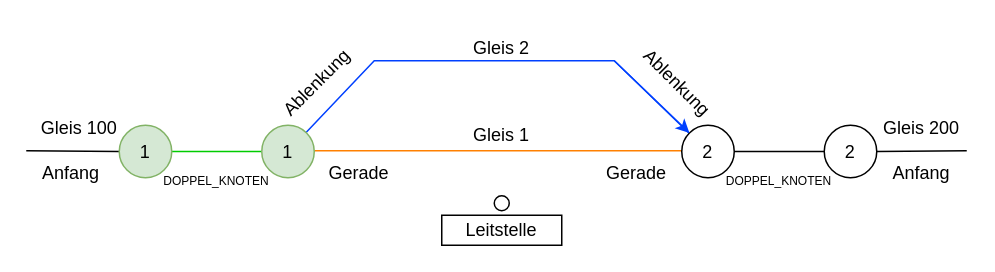
pascalreiss/draw_io_stuff keeps this draw.io diagram as graph_db/Bahnhof_double_vertex.drawio. Above is the earlier version. Source tidied: cells renumbered, new cells numbered last; positions are measured from the earlier drawing's top-left corner, leaving out a move shared by most shapes. Both pictures are drawn from the tidied source at 150%, with x=0, y=0 at pixel (26, 26).
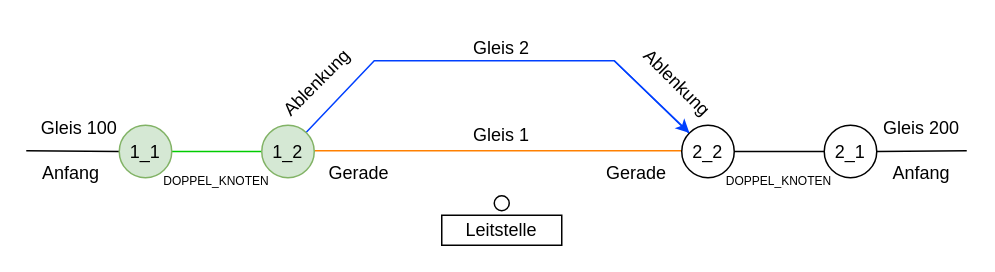
The same diagram, later.

Diff of the diagram source:
```diff
@@
-    <mxCell id="9" value="1" style="ellipse;whiteSpace=wrap;html=1;fillColor=#d5e8d4;strokeColor=#82b366;" parent="1" vertex="1">
+    <mxCell id="9" value="1_2" style="ellipse;whiteSpace=wrap;html=1;fillColor=#d5e8d4;strokeColor=#82b366;" parent="1" vertex="1">
       <mxGeometry x="157" y="66" width="35" height="35" as="geometry" />
     </mxCell>
-    <mxCell id="10" value="2" style="ellipse;whiteSpace=wrap;html=1;" parent="1" vertex="1">
+    <mxCell id="10" value="2_2" style="ellipse;whiteSpace=wrap;html=1;" parent="1" vertex="1">
       <mxGeometry x="437" y="66" width="35" height="35" as="geometry" />
     </mxCell>
@@
-    <mxCell id="17" value="1" style="ellipse;whiteSpace=wrap;html=1;fillColor=#d5e8d4;strokeColor=#82b366;" parent="1" vertex="1">
+    <mxCell id="17" value="1_1" style="ellipse;whiteSpace=wrap;html=1;fillColor=#d5e8d4;strokeColor=#82b366;" parent="1" vertex="1">
       <mxGeometry x="62" y="66" width="35" height="35" as="geometry" />
     </mxCell>
-    <mxCell id="18" value="2" style="ellipse;whiteSpace=wrap;html=1;" parent="1" vertex="1">
+    <mxCell id="18" value="2_1" style="ellipse;whiteSpace=wrap;html=1;" parent="1" vertex="1">
       <mxGeometry x="532" y="66" width="35" height="35" as="geometry" />
     </mxCell>
```
